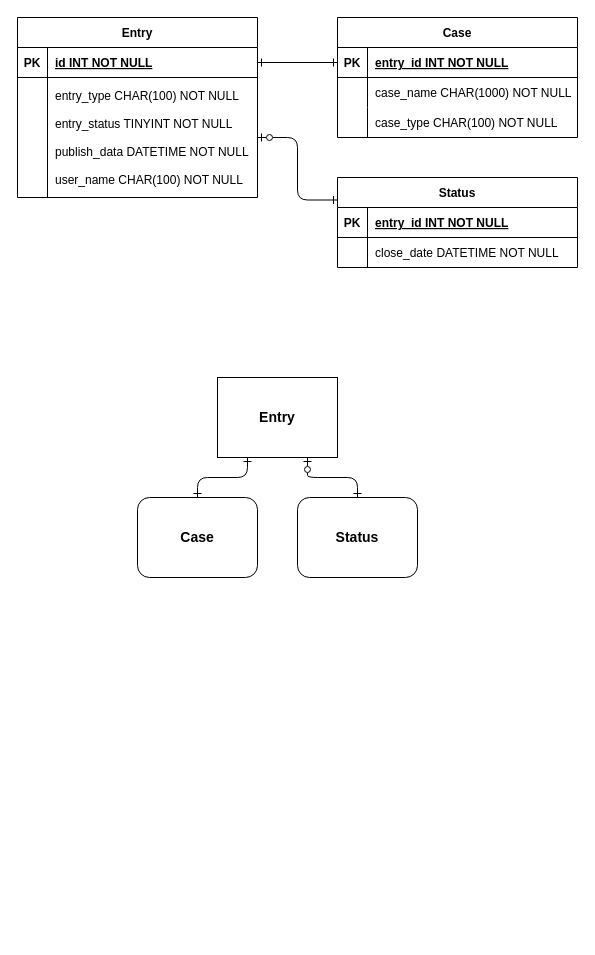
Before: TestSQL/TestSQL.drawio in dyukoffv4/KustKust, a draw.io diagram. Source tidied: cells renumbered, new cells numbered last; positions are measured from the earlier drawing's top-left corner, leaving out a move shared by most shapes. Both pictures are drawn from the tidied source at 100%, with x=0, y=0 at pixel (17, 17).
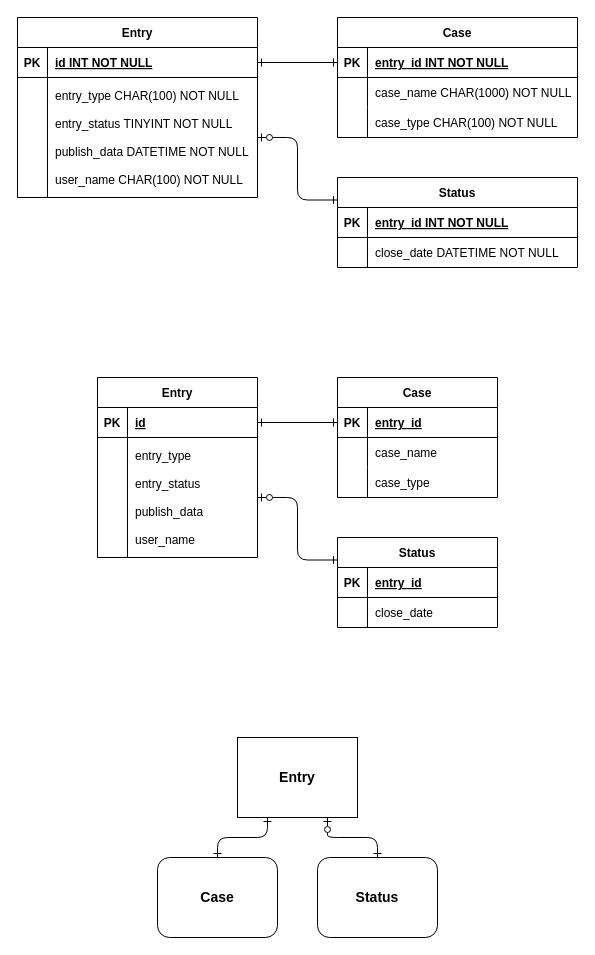
The same diagram, later.

Commit message:
Datalogic diagram add

The edit, as a diff of the source:
```diff
@@
     <mxCell id="30" value="Entry" style="rounded=0;whiteSpace=wrap;html=1;spacing=2;fontSize=14;fontStyle=1;" parent="1" vertex="1">
-      <mxGeometry x="200" y="360" width="120" height="80" as="geometry" />
+      <mxGeometry x="220" y="720" width="120" height="80" as="geometry" />
     </mxCell>
     <mxCell id="31" value="Status" style="rounded=1;whiteSpace=wrap;html=1;spacing=2;fontSize=14;fontStyle=1;" parent="1" vertex="1">
-      <mxGeometry x="280" y="480" width="120" height="80" as="geometry" />
+      <mxGeometry x="300" y="840" width="120" height="80" as="geometry" />
     </mxCell>
     <mxCell id="32" value="Case" style="rounded=1;whiteSpace=wrap;html=1;spacing=2;fontSize=14;fontStyle=1;" parent="1" vertex="1">
-      <mxGeometry x="120" y="480" width="120" height="80" as="geometry" />
+      <mxGeometry x="140" y="840" width="120" height="80" as="geometry" />
     </mxCell>
+    <mxCell id="33" style="edgeStyle=orthogonalEdgeStyle;endArrow=ERone;startArrow=ERzeroToOne;endFill=0;startFill=0;entryX=0;entryY=0.25;entryDx=0;entryDy=0;exitX=1;exitY=0.5;exitDx=0;exitDy=0;" parent="1" edge="1" source="55" target="34">
+      <mxGeometry relative="1" as="geometry" />
+    </mxCell>
+    <mxCell id="34" value="Status" style="shape=table;startSize=30;childLayout=tableLayout;rowLines=0;fontStyle=1;align=center;" parent="1" vertex="1">
+      <mxGeometry x="320" y="520" width="160" height="90" as="geometry" />
+    </mxCell>
+    <mxCell id="35" style="shape=partialRectangle;fillColor=none;top=0;left=0;right=0;bottom=1;" parent="34" vertex="1">
+      <mxGeometry y="30" width="160" height="30" as="geometry" />
+    </mxCell>
+    <mxCell id="36" value="PK" style="shape=partialRectangle;overflow=hidden;fillColor=none;top=0;left=0;bottom=0;right=0;fontStyle=1;" parent="35" vertex="1">
+      <mxGeometry width="30" height="30" as="geometry" />
+    </mxCell>
+    <mxCell id="37" value="entry_id" style="shape=partialRectangle;overflow=hidden;fillColor=none;top=0;left=0;bottom=0;right=0;align=left;spacingLeft=6;fontStyle=5;" parent="35" vertex="1">
+      <mxGeometry x="30" width="130" height="30" as="geometry" />
+    </mxCell>
+    <mxCell id="38" style="shape=partialRectangle;fillColor=none;top=0;left=0;right=0;bottom=0;" parent="34" vertex="1">
+      <mxGeometry y="60" width="160" height="30" as="geometry" />
+    </mxCell>
+    <mxCell id="39" style="shape=partialRectangle;overflow=hidden;fillColor=none;top=0;left=0;bottom=0;right=0;" parent="38" vertex="1">
+      <mxGeometry width="30" height="30" as="geometry" />
+    </mxCell>
+    <mxCell id="40" value="close_date" style="shape=partialRectangle;overflow=hidden;fillColor=none;top=0;left=0;bottom=0;right=0;align=left;spacingLeft=6;" parent="38" vertex="1">
+      <mxGeometry x="30" width="130" height="30" as="geometry" />
+    </mxCell>
+    <mxCell id="41" value="Case" style="shape=table;startSize=30;childLayout=tableLayout;rowLines=0;fontStyle=1;align=center;" parent="1" vertex="1">
+      <mxGeometry x="320" y="360" width="160" height="120" as="geometry" />
+    </mxCell>
+    <mxCell id="42" style="shape=partialRectangle;fillColor=none;points=[[0,0.5],[1,0.5]];portConstraint=eastwest;top=0;left=0;right=0;bottom=1;" parent="41" vertex="1">
+      <mxGeometry y="30" width="160" height="30" as="geometry" />
+    </mxCell>
+    <mxCell id="43" value="PK" style="shape=partialRectangle;overflow=hidden;fillColor=none;top=0;left=0;bottom=0;right=0;fontStyle=1;" parent="42" vertex="1">
+      <mxGeometry width="30" height="30" as="geometry" />
+    </mxCell>
+    <mxCell id="44" value="entry_id" style="shape=partialRectangle;overflow=hidden;fillColor=none;top=0;left=0;bottom=0;right=0;align=left;spacingLeft=6;fontStyle=5;" parent="42" vertex="1">
+      <mxGeometry x="30" width="130" height="30" as="geometry" />
+    </mxCell>
+    <mxCell id="45" style="shape=partialRectangle;fillColor=none;top=0;left=0;right=0;bottom=0;" parent="41" vertex="1">
+      <mxGeometry y="60" width="160" height="30" as="geometry" />
+    </mxCell>
+    <mxCell id="46" style="shape=partialRectangle;overflow=hidden;fillColor=none;top=0;left=0;bottom=0;right=0;" parent="45" vertex="1">
+      <mxGeometry width="30" height="30" as="geometry" />
+    </mxCell>
+    <mxCell id="47" value="case_name" style="shape=partialRectangle;overflow=hidden;fillColor=none;top=0;left=0;bottom=0;right=0;align=left;spacingLeft=6;" parent="45" vertex="1">
+      <mxGeometry x="30" width="130" height="30" as="geometry" />
+    </mxCell>
+    <mxCell id="48" style="shape=partialRectangle;fillColor=none;top=0;left=0;right=0;bottom=0;" parent="41" vertex="1">
+      <mxGeometry y="90" width="160" height="30" as="geometry" />
+    </mxCell>
+    <mxCell id="49" style="shape=partialRectangle;overflow=hidden;fillColor=none;top=0;left=0;bottom=0;right=0;" parent="48" vertex="1">
+      <mxGeometry width="30" height="30" as="geometry" />
+    </mxCell>
+    <mxCell id="50" value="case_type" style="shape=partialRectangle;overflow=hidden;fillColor=none;top=0;left=0;bottom=0;right=0;align=left;spacingLeft=6;" parent="48" vertex="1">
+      <mxGeometry x="30" width="130" height="30" as="geometry" />
+    </mxCell>
+    <mxCell id="51" value="Entry" style="shape=table;startSize=30;childLayout=tableLayout;rowLines=0;fontStyle=1;align=center;" parent="1" vertex="1">
+      <mxGeometry x="80" y="360" width="160" height="180" as="geometry" />
+    </mxCell>
+    <mxCell id="52" style="shape=partialRectangle;fillColor=none;points=[[0,0.5],[1,0.5]];portConstraint=eastwest;top=0;left=0;right=0;bottom=1;" parent="51" vertex="1">
+      <mxGeometry y="30" width="160" height="30" as="geometry" />
+    </mxCell>
+    <mxCell id="53" value="PK" style="shape=partialRectangle;overflow=hidden;fillColor=none;top=0;left=0;bottom=0;right=0;fontStyle=1;" parent="52" vertex="1">
+      <mxGeometry width="30" height="30" as="geometry" />
+    </mxCell>
+    <mxCell id="54" value="id" style="shape=partialRectangle;overflow=hidden;fillColor=none;top=0;left=0;bottom=0;right=0;align=left;spacingLeft=6;fontStyle=5;" parent="52" vertex="1">
+      <mxGeometry x="30" width="130" height="30" as="geometry" />
+    </mxCell>
+    <mxCell id="55" style="shape=partialRectangle;fillColor=none;points=[[0,0.5],[1,0.5]];portConstraint=eastwest;top=0;left=0;right=0;bottom=0;" parent="51" vertex="1">
+      <mxGeometry y="60" width="160" height="120" as="geometry" />
+    </mxCell>
+    <mxCell id="56" style="shape=partialRectangle;overflow=hidden;fillColor=none;top=0;left=0;bottom=0;right=0;" parent="55" vertex="1">
+      <mxGeometry width="30" height="120" as="geometry" />
+    </mxCell>
+    <mxCell id="57" value="entry_type&#10;&#10;entry_status&#10;&#10;publish_data&#10;&#10;user_name" style="shape=partialRectangle;overflow=hidden;fillColor=none;top=0;left=0;bottom=0;right=0;align=left;spacingLeft=6;" parent="55" vertex="1">
+      <mxGeometry x="30" width="130" height="120" as="geometry" />
+    </mxCell>
+    <mxCell id="58" style="edgeStyle=orthogonalEdgeStyle;rounded=0;jettySize=auto;html=1;entryX=0;entryY=0.5;entryDx=0;entryDy=0;startArrow=ERone;startFill=0;endArrow=ERone;endFill=0;" parent="1" edge="1" source="52" target="42">
+      <mxGeometry relative="1" as="geometry" />
+    </mxCell>
```
